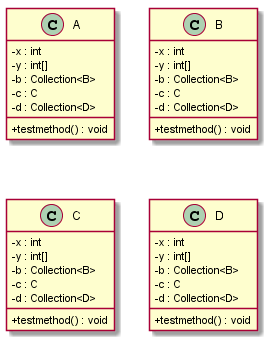
Above: UML parser/output.png in DhirajGurnani/umlparsercmpe202 (PlantUML), before the change.
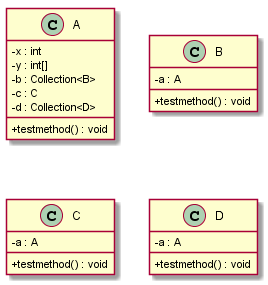
Above is the later version.

Diff of the diagram source:
```diff
@@ -9,27 +9,15 @@
 +testmethod() : void
 }
 class B{
--x : int
--y : int[]
--b : Collection<B>
--c : C
--d : Collection<D>
+-a : A
 +testmethod() : void
 }
 class C{
--x : int
--y : int[]
--b : Collection<B>
--c : C
--d : Collection<D>
+-a : A
 +testmethod() : void
 }
 class D{
--x : int
--y : int[]
--b : Collection<B>
--c : C
--d : Collection<D>
+-a : A
 +testmethod() : void
 }
 @enduml
```
